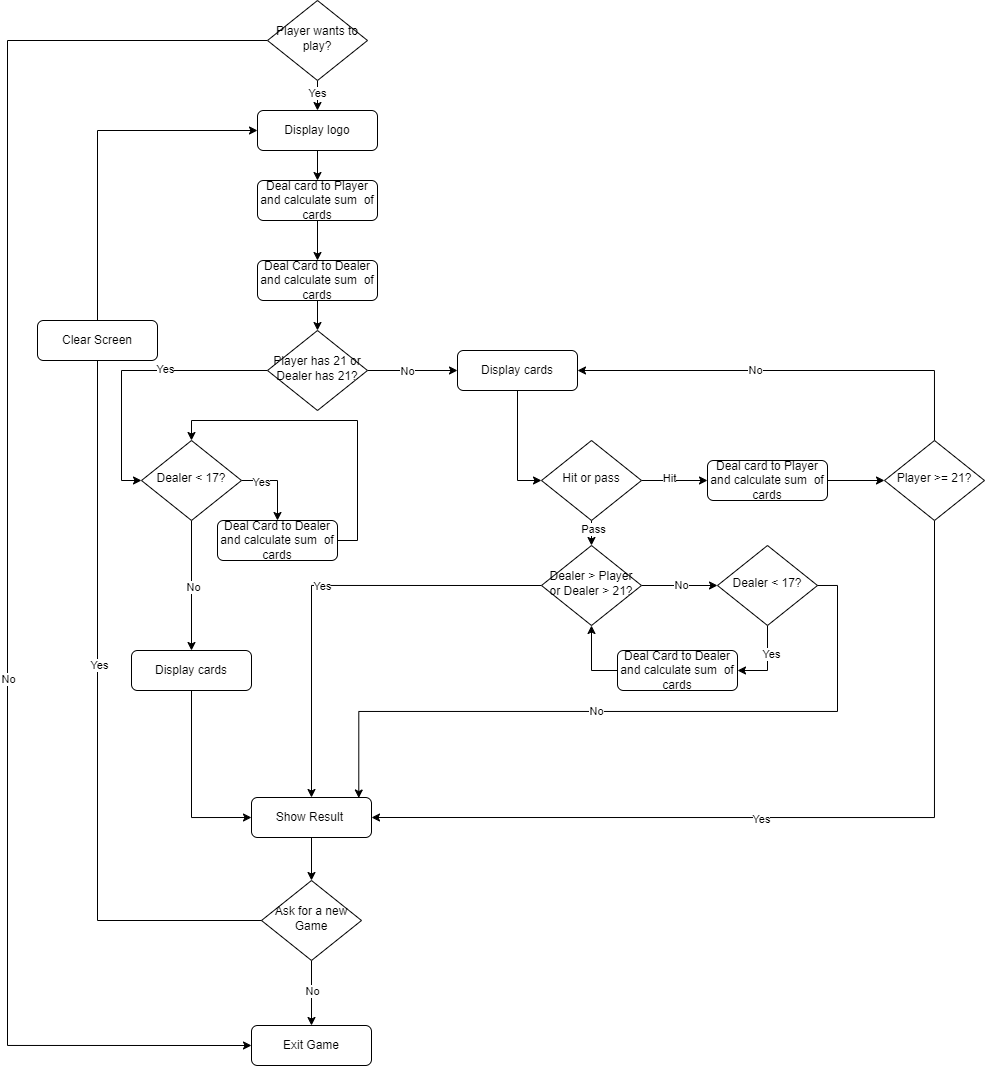
This is day_11_blackjack_game/project_files/flowchart_blackjack.png from ErkanHatipoglu/100-days-of-code, a draw.io export, as it was before one commit. Source tidied: cells renumbered, new cells last; positions are measured from the earlier drawing's top-left corner, leaving out a move shared by most shapes.
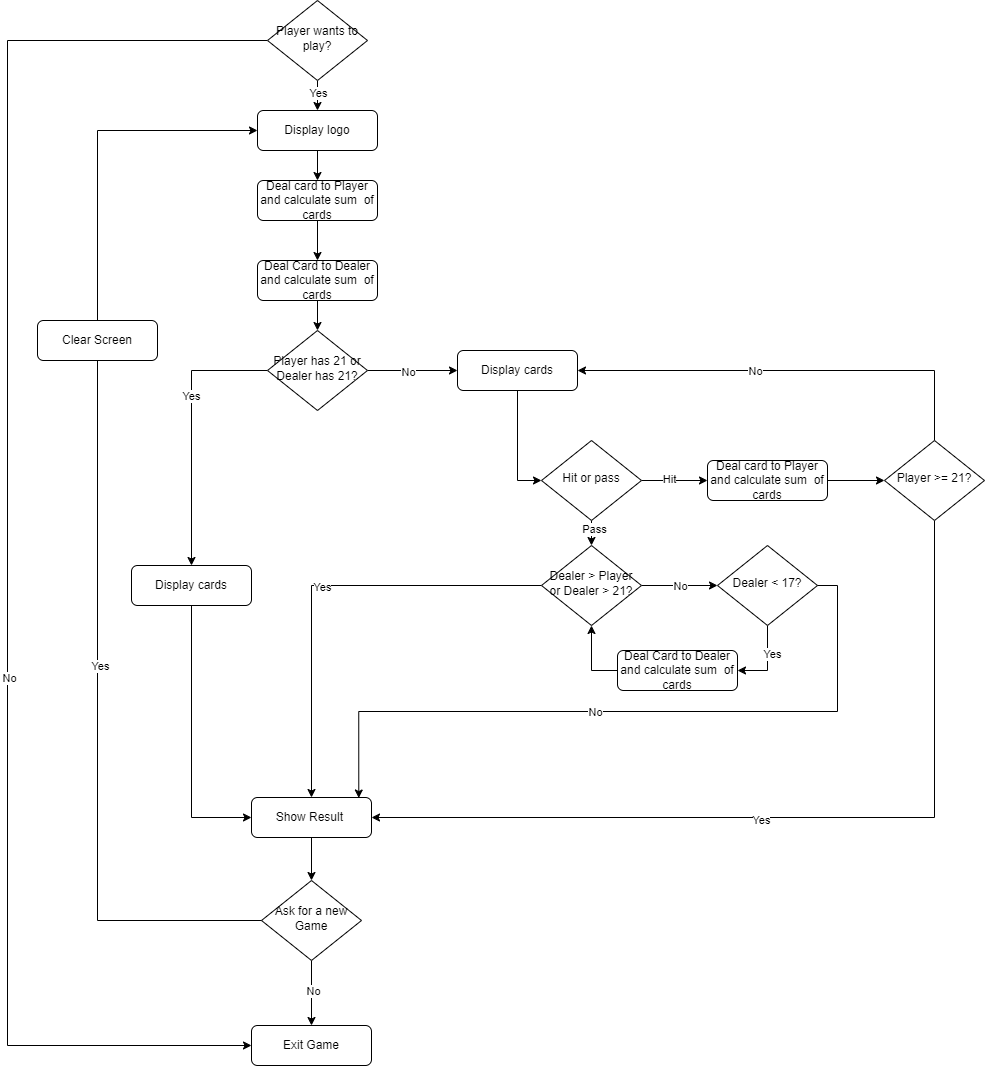
Above is the later version.

Change to the diagram source:
```diff
@@ -20,7 +20,7 @@
     <mxCell id="7" value="No" style="edgeLabel;html=1;align=center;verticalAlign=middle;" parent="6" vertex="1">
       <mxGeometry x="-0.11" y="-1" relative="1" as="geometry" />
     </mxCell>
-    <mxCell id="8" style="edgeStyle=orthogonalEdgeStyle;rounded=0;jettySize=auto;html=1;exitX=0;exitY=0.5;exitDx=0;exitDy=0;entryX=0;entryY=0.5;entryDx=0;entryDy=0;" parent="1" edge="1" source="10" target="60">
+    <mxCell id="8" style="edgeStyle=orthogonalEdgeStyle;rounded=0;jettySize=auto;html=1;exitX=0;exitY=0.5;exitDx=0;exitDy=0;entryX=0.5;entryY=0;entryDx=0;entryDy=0;" parent="1" edge="1" source="10" target="55">
       <mxGeometry relative="1" as="geometry" />
     </mxCell>
     <mxCell id="9" value="Yes" style="edgeLabel;html=1;align=center;verticalAlign=middle;" parent="8" vertex="1">
@@ -178,28 +178,7 @@
       <mxGeometry relative="1" as="geometry" />
     </mxCell>
     <mxCell id="55" value="Display cards" style="rounded=1;whiteSpace=wrap;html=1;fontSize=12;glass=0;strokeWidth=1;shadow=0;" parent="1" vertex="1">
-      <mxGeometry x="124" y="650" width="120" height="40" as="geometry" />
+      <mxGeometry x="124" y="565" width="120" height="40" as="geometry" />
     </mxCell>
-    <mxCell id="56" style="edgeStyle=orthogonalEdgeStyle;rounded=0;jettySize=auto;html=1;exitX=0.5;exitY=1;exitDx=0;exitDy=0;entryX=0.5;entryY=0;entryDx=0;entryDy=0;" parent="1" edge="1" source="60" target="55">
-      <mxGeometry relative="1" as="geometry" />
-    </mxCell>
-    <mxCell id="57" value="No" style="edgeLabel;html=1;align=center;verticalAlign=middle;" parent="56" vertex="1">
-      <mxGeometry x="0.03" y="2" relative="1" as="geometry" />
-    </mxCell>
-    <mxCell id="58" style="edgeStyle=orthogonalEdgeStyle;rounded=0;jettySize=auto;html=1;exitX=1;exitY=0.5;exitDx=0;exitDy=0;entryX=0.5;entryY=0;entryDx=0;entryDy=0;" parent="1" edge="1" source="60" target="62">
-      <mxGeometry relative="1" as="geometry" />
-    </mxCell>
-    <mxCell id="59" value="Yes" style="edgeLabel;html=1;align=center;verticalAlign=middle;" parent="58" vertex="1">
-      <mxGeometry x="-0.49" y="-2" relative="1" as="geometry" />
-    </mxCell>
-    <mxCell id="60" value="Dealer &amp;lt; 17?" style="rhombus;whiteSpace=wrap;html=1;shadow=0;fontFamily=Helvetica;fontSize=12;align=center;strokeWidth=1;spacing=6;spacingTop=-4;" parent="1" vertex="1">
-      <mxGeometry x="134" y="440" width="100" height="80" as="geometry" />
-    </mxCell>
-    <mxCell id="61" style="edgeStyle=orthogonalEdgeStyle;rounded=0;jettySize=auto;html=1;exitX=1;exitY=0.5;exitDx=0;exitDy=0;entryX=0.5;entryY=0;entryDx=0;entryDy=0;" parent="1" edge="1" source="62" target="60">
-      <mxGeometry relative="1" as="geometry" />
-    </mxCell>
-    <mxCell id="62" value="Deal Card to Dealer and calculate sum&amp;nbsp; of cards" style="rounded=1;whiteSpace=wrap;html=1;fontSize=12;glass=0;strokeWidth=1;shadow=0;" parent="1" vertex="1">
-      <mxGeometry x="210" y="520" width="120" height="40" as="geometry" />
-    </mxCell>
   </root>
 </mxGraphModel>
```
